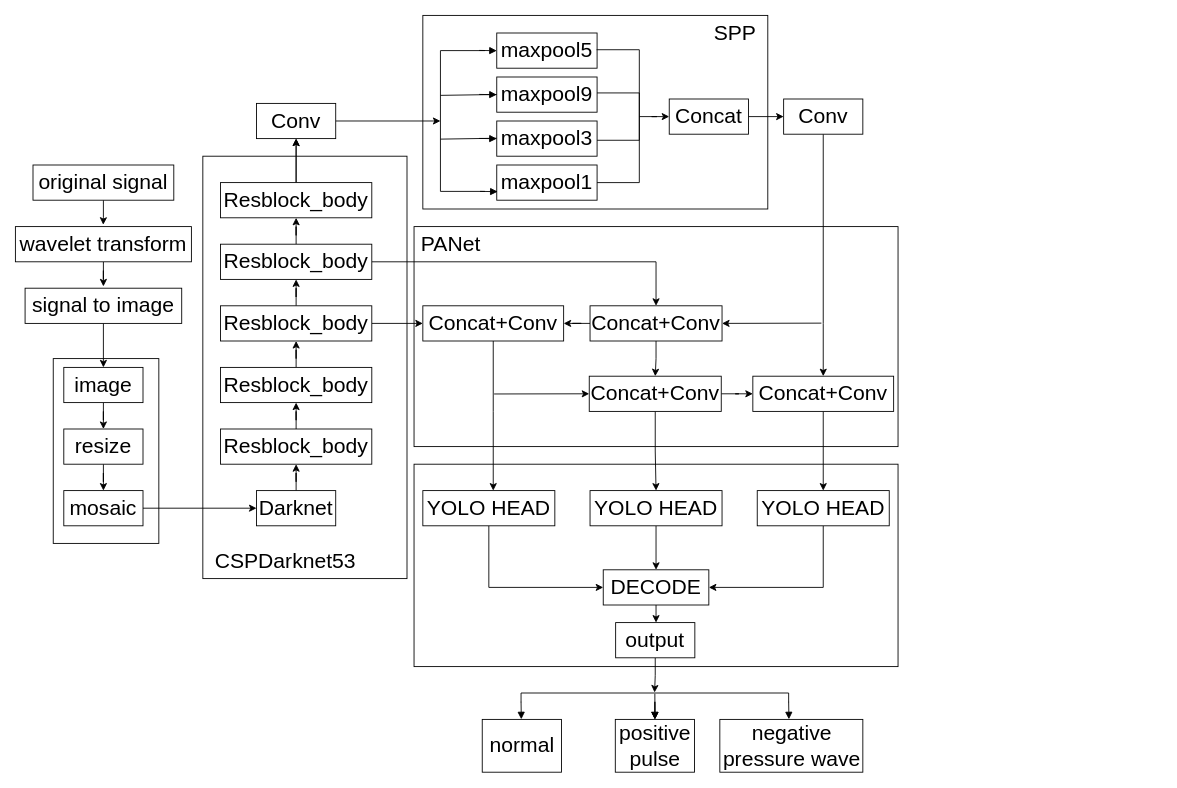
RyougiShki/hhhh keeps this draw.io diagram as page "第 2 页" (1 of 7) of Untitled Diagram.drawio. Above is the earlier version. Source tidied: cells renumbered, new cells numbered last; positions are measured from the earlier drawing's top-left corner, leaving out a move shared by most shapes. Both pictures are drawn from the tidied source at 88%, with x=0, y=0 at pixel (15, 15).
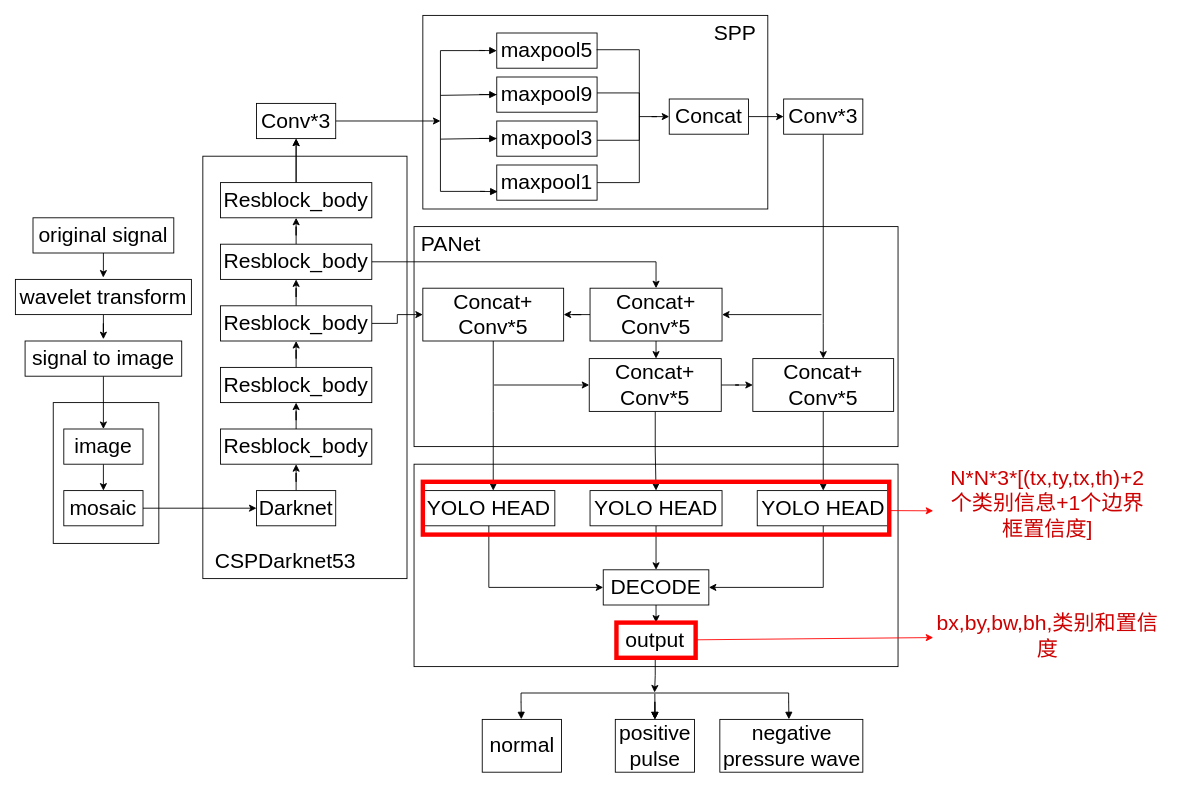
After the change.

Unchanged cells that the change refers to:
```xml
<mxCell id="10" value="&lt;font style=&quot;font-size: 24px&quot;&gt;mosaic&lt;/font&gt;" style="rounded=0;whiteSpace=wrap;html=1;" parent="1" vertex="1">
  <mxGeometry x="55" y="540" width="90" height="40" as="geometry" />
</mxCell>
<mxCell id="57" value="&lt;span&gt;&lt;font style=&quot;font-size: 24px&quot;&gt;YOLO HEAD&lt;/font&gt;&lt;/span&gt;" style="rounded=0;whiteSpace=wrap;html=1;" parent="1" vertex="1">
  <mxGeometry x="843" y="540" width="150" height="40" as="geometry" />
</mxCell>
<mxCell id="66" value="&lt;font style=&quot;font-size: 24px&quot;&gt;output&lt;/font&gt;" style="rounded=0;whiteSpace=wrap;html=1;" parent="1" vertex="1">
  <mxGeometry x="682.1" y="690" width="90" height="40" as="geometry" />
</mxCell>
```

The edit, as a diff of the source:
```diff
@@
     <mxCell id="3" style="rounded=0;whiteSpace=wrap;html=1;" parent="1" vertex="1">
-      <mxGeometry x="43" y="390" width="120" height="210" as="geometry" />
+      <mxGeometry x="43" y="440" width="120" height="160" as="geometry" />
     </mxCell>
@@
-    <mxCell id="7" style="edgeStyle=orthogonalEdgeStyle;rounded=0;jettySize=auto;html=1;entryX=0.5;entryY=0;entryDx=0;entryDy=0;" parent="1" edge="1" source="8" target="10">
-      <mxGeometry relative="1" as="geometry" />
+    <mxCell id="7" style="edgeStyle=orthogonalEdgeStyle;rounded=0;jettySize=auto;html=1;entryX=0.5;entryY=0;entryDx=0;entryDy=0;" parent="1" edge="1" target="10">
+      <mxGeometry relative="1" as="geometry">
+        <mxPoint x="100" y="510" as="sourcePoint" />
+      </mxGeometry>
     </mxCell>
-    <mxCell id="8" value="&lt;font style=&quot;font-size: 24px&quot;&gt;resize&lt;/font&gt;" style="rounded=0;whiteSpace=wrap;html=1;" parent="1" vertex="1">
-      <mxGeometry x="55" y="470" width="90" height="40" as="geometry" />
-    </mxCell>
@@
-    <mxCell id="27" style="edgeStyle=orthogonalEdgeStyle;rounded=0;jettySize=auto;html=1;" parent="1" edge="1" source="28" target="8">
-      <mxGeometry relative="1" as="geometry" />
-    </mxCell>
     <mxCell id="28" value="&lt;font style=&quot;font-size: 24px&quot;&gt;image&lt;/font&gt;" style="rounded=0;whiteSpace=wrap;html=1;" parent="1" vertex="1">
-      <mxGeometry x="55" y="400" width="90" height="40" as="geometry" />
+      <mxGeometry x="55" y="470" width="90" height="40" as="geometry" />
     </mxCell>
@@
-    <mxCell id="30" value="&lt;font style=&quot;font-size: 24px&quot;&gt;Concat+Conv&lt;/font&gt;" style="rounded=0;whiteSpace=wrap;html=1;" parent="1" vertex="1">
-      <mxGeometry x="463" y="330" width="160" height="40" as="geometry" />
+    <mxCell id="30" value="&lt;font style=&quot;font-size: 24px&quot;&gt;Concat+&lt;br&gt;Conv*5&lt;/font&gt;" style="rounded=0;whiteSpace=wrap;html=1;" parent="1" vertex="1">
+      <mxGeometry x="463" y="310" width="160" height="60" as="geometry" />
     </mxCell>
@@
-    <mxCell id="33" value="&lt;span&gt;&lt;font style=&quot;font-size: 24px&quot;&gt;Concat+Conv&lt;/font&gt;&lt;/span&gt;" style="rounded=0;whiteSpace=wrap;html=1;" parent="1" vertex="1">
-      <mxGeometry x="653" y="330" width="150" height="40" as="geometry" />
+    <mxCell id="33" value="&lt;span&gt;&lt;font style=&quot;font-size: 24px&quot;&gt;Concat+&lt;br&gt;Conv&lt;/font&gt;&lt;/span&gt;&lt;span style=&quot;font-size: 24px&quot;&gt;*5&lt;/span&gt;" style="rounded=0;whiteSpace=wrap;html=1;" parent="1" vertex="1">
+      <mxGeometry x="653" y="310" width="150" height="60" as="geometry" />
     </mxCell>
@@
-    <mxCell id="35" value="&lt;font style=&quot;font-size: 24px&quot;&gt;Conv&lt;/font&gt;" style="rounded=0;whiteSpace=wrap;html=1;" parent="1" vertex="1">
+    <mxCell id="35" value="&lt;font style=&quot;font-size: 24px&quot;&gt;Conv&lt;/font&gt;&lt;span style=&quot;font-size: 24px&quot;&gt;*3&lt;/span&gt;" style="rounded=0;whiteSpace=wrap;html=1;" parent="1" vertex="1">
       <mxGeometry x="274" y="100" width="90" height="40" as="geometry" />
     </mxCell>
@@
-    <mxCell id="49" value="&lt;font style=&quot;font-size: 24px&quot;&gt;Conv&lt;/font&gt;" style="rounded=0;whiteSpace=wrap;html=1;" parent="1" vertex="1">
+    <mxCell id="49" value="&lt;font style=&quot;font-size: 24px&quot;&gt;Conv*3&lt;/font&gt;" style="rounded=0;whiteSpace=wrap;html=1;" parent="1" vertex="1">
       <mxGeometry x="873" y="95" width="90" height="40" as="geometry" />
     </mxCell>
@@
-    <mxCell id="51" value="&lt;span&gt;&lt;font style=&quot;font-size: 24px&quot;&gt;Concat+Conv&lt;/font&gt;&lt;/span&gt;" style="rounded=0;whiteSpace=wrap;html=1;" parent="1" vertex="1">
-      <mxGeometry x="838" y="410" width="160" height="40" as="geometry" />
+    <mxCell id="51" value="&lt;span&gt;&lt;font style=&quot;font-size: 24px&quot;&gt;Concat+&lt;br&gt;Conv&lt;/font&gt;&lt;/span&gt;&lt;span style=&quot;font-size: 24px&quot;&gt;*5&lt;/span&gt;" style="rounded=0;whiteSpace=wrap;html=1;" parent="1" vertex="1">
+      <mxGeometry x="838" y="390" width="160" height="60" as="geometry" />
     </mxCell>
@@
-    <mxCell id="60" value="&lt;span&gt;&lt;font style=&quot;font-size: 24px&quot;&gt;Concat+Conv&lt;/font&gt;&lt;/span&gt;" style="rounded=0;whiteSpace=wrap;html=1;" parent="1" vertex="1">
-      <mxGeometry x="652.1" y="410" width="150" height="40" as="geometry" />
+    <mxCell id="60" value="&lt;span&gt;&lt;font style=&quot;font-size: 24px&quot;&gt;Concat+&lt;br&gt;Conv&lt;/font&gt;&lt;/span&gt;&lt;span style=&quot;font-size: 24px&quot;&gt;*5&lt;/span&gt;" style="rounded=0;whiteSpace=wrap;html=1;" parent="1" vertex="1">
+      <mxGeometry x="652.1" y="390" width="150" height="60" as="geometry" />
     </mxCell>
     <mxCell id="61" style="endArrow=classic;html=1;entryX=0;entryY=0.5;entryDx=0;entryDy=0;" parent="1" edge="1" target="60">
       <mxGeometry relative="1" as="geometry">
-        <mxPoint x="544" y="430.2" as="sourcePoint" />
+        <mxPoint x="544" y="420" as="sourcePoint" />
       </mxGeometry>
     </mxCell>
     <mxCell id="62" style="endArrow=classic;html=1;entryX=1;entryY=0.5;entryDx=0;entryDy=0;" parent="1" edge="1" target="33">
       <mxGeometry relative="1" as="geometry">
-        <mxPoint x="915.9" y="349.7" as="sourcePoint" />
+        <mxPoint x="916" y="340" as="sourcePoint" />
       </mxGeometry>
     </mxCell>
@@
     <mxCell id="75" value="&lt;span style=&quot;font-size: 24px&quot;&gt;original signal&lt;/span&gt;" style="rounded=0;whiteSpace=wrap;html=1;" parent="1" vertex="1">
-      <mxGeometry x="20" y="170" width="160" height="40" as="geometry" />
+      <mxGeometry x="20" y="230" width="160" height="40" as="geometry" />
     </mxCell>
@@
     <mxCell id="77" value="&lt;font style=&quot;font-size: 24px&quot;&gt;wavelet transform&lt;/font&gt;" style="rounded=0;whiteSpace=wrap;html=1;" parent="1" vertex="1">
-      <mxGeometry y="240" width="200" height="40" as="geometry" />
+      <mxGeometry y="300" width="200" height="40" as="geometry" />
     </mxCell>
@@
     <mxCell id="79" value="&lt;font style=&quot;font-size: 24px&quot;&gt;signal to image&lt;/font&gt;" style="rounded=0;whiteSpace=wrap;html=1;" parent="1" vertex="1">
-      <mxGeometry x="11" y="310" width="178" height="40" as="geometry" />
+      <mxGeometry x="11" y="370" width="178" height="40" as="geometry" />
     </mxCell>
@@
+    <mxCell id="89" style="endArrow=classic;html=1;strokeColor=#FF0000;exitX=1.009;exitY=0.568;exitDx=0;exitDy=0;exitPerimeter=0;" parent="1" edge="1" source="57">
+      <mxGeometry relative="1" as="geometry">
+        <mxPoint x="1043" y="563" as="targetPoint" />
+      </mxGeometry>
+    </mxCell>
+    <mxCell id="90" value="&lt;font style=&quot;font-size: 24px&quot; color=&quot;#cc0000&quot;&gt;N*N*3*[(tx,ty,tx,th)+2个类别信息+1个边界框置信度]&lt;/font&gt;" style="text;html=1;strokeColor=none;fillColor=none;align=center;verticalAlign=middle;whiteSpace=wrap;rounded=0;" parent="1" vertex="1">
+      <mxGeometry x="1053" y="500" width="240" height="110" as="geometry" />
+    </mxCell>
+    <mxCell id="91" style="endArrow=classic;html=1;strokeColor=#FF0000;" parent="1" edge="1" source="66">
+      <mxGeometry relative="1" as="geometry">
+        <mxPoint x="1043" y="707" as="targetPoint" />
+      </mxGeometry>
+    </mxCell>
+    <mxCell id="92" value="&lt;font style=&quot;font-size: 24px&quot; color=&quot;#cc0000&quot;&gt;bx,by,bw,bh,类别和置信度&lt;/font&gt;" style="text;html=1;strokeColor=none;fillColor=none;align=center;verticalAlign=middle;whiteSpace=wrap;rounded=0;" parent="1" vertex="1">
+      <mxGeometry x="1043" y="660" width="260" height="90" as="geometry" />
+    </mxCell>
+    <mxCell id="93" style="rounded=0;whiteSpace=wrap;html=1;strokeColor=#FF0000;fillColor=none;strokeWidth=5;" parent="1" vertex="1">
+      <mxGeometry x="463" y="530" width="530" height="60" as="geometry" />
+    </mxCell>
+    <mxCell id="94" style="rounded=0;whiteSpace=wrap;html=1;strokeColor=#FF0000;fillColor=none;strokeWidth=5;" parent="1" vertex="1">
+      <mxGeometry x="683" y="690" width="90" height="40" as="geometry" />
+    </mxCell>
```
